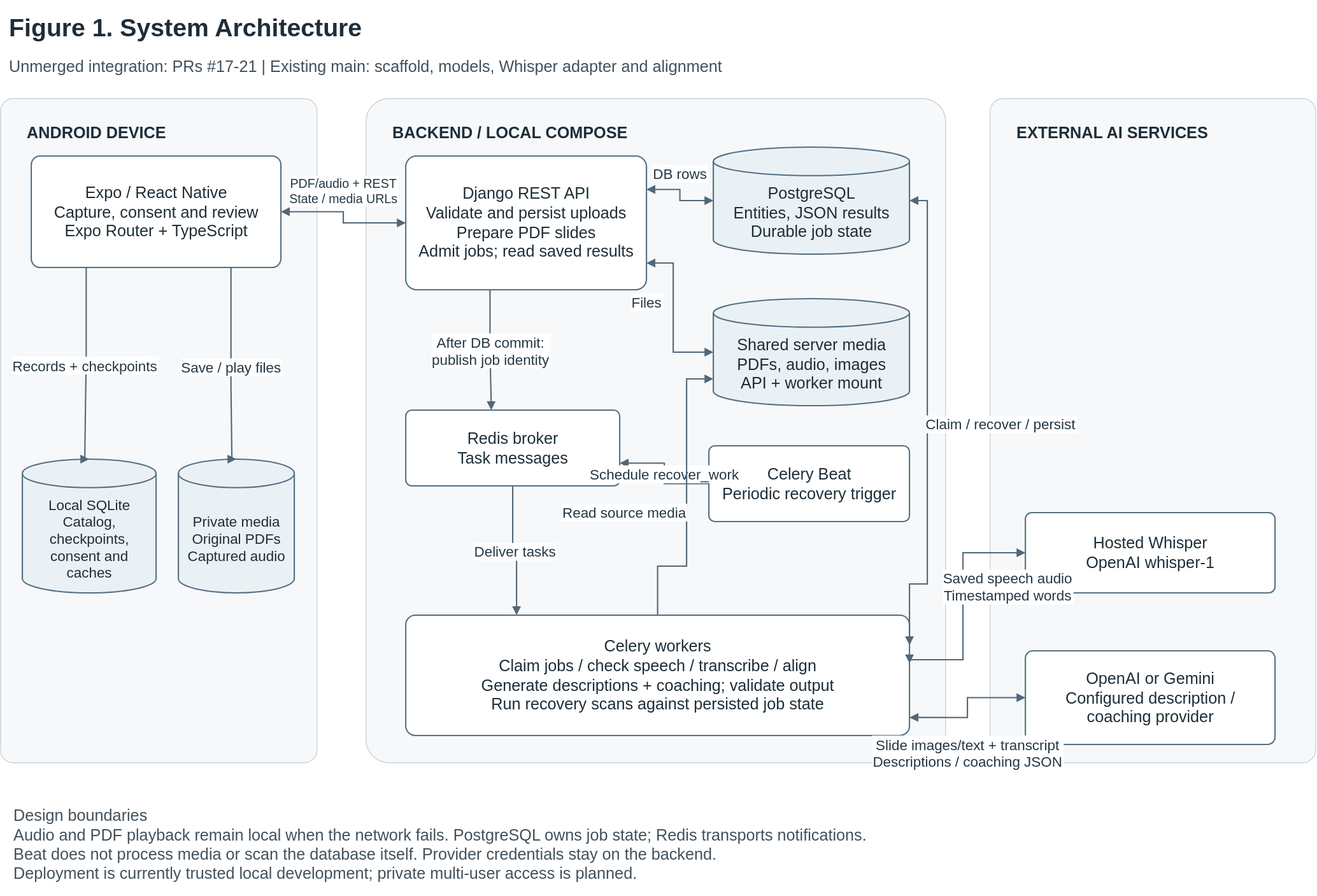
Before: assets/outloud-design/figure-1-system.svg, a diagram exported from draw.io (snuhcs-course/swpp-2026-project-team-07). Source tidied: cells renumbered, new cells last; positions are measured from the earlier drawing's top-left corner, leaving out a move shared by most shapes.
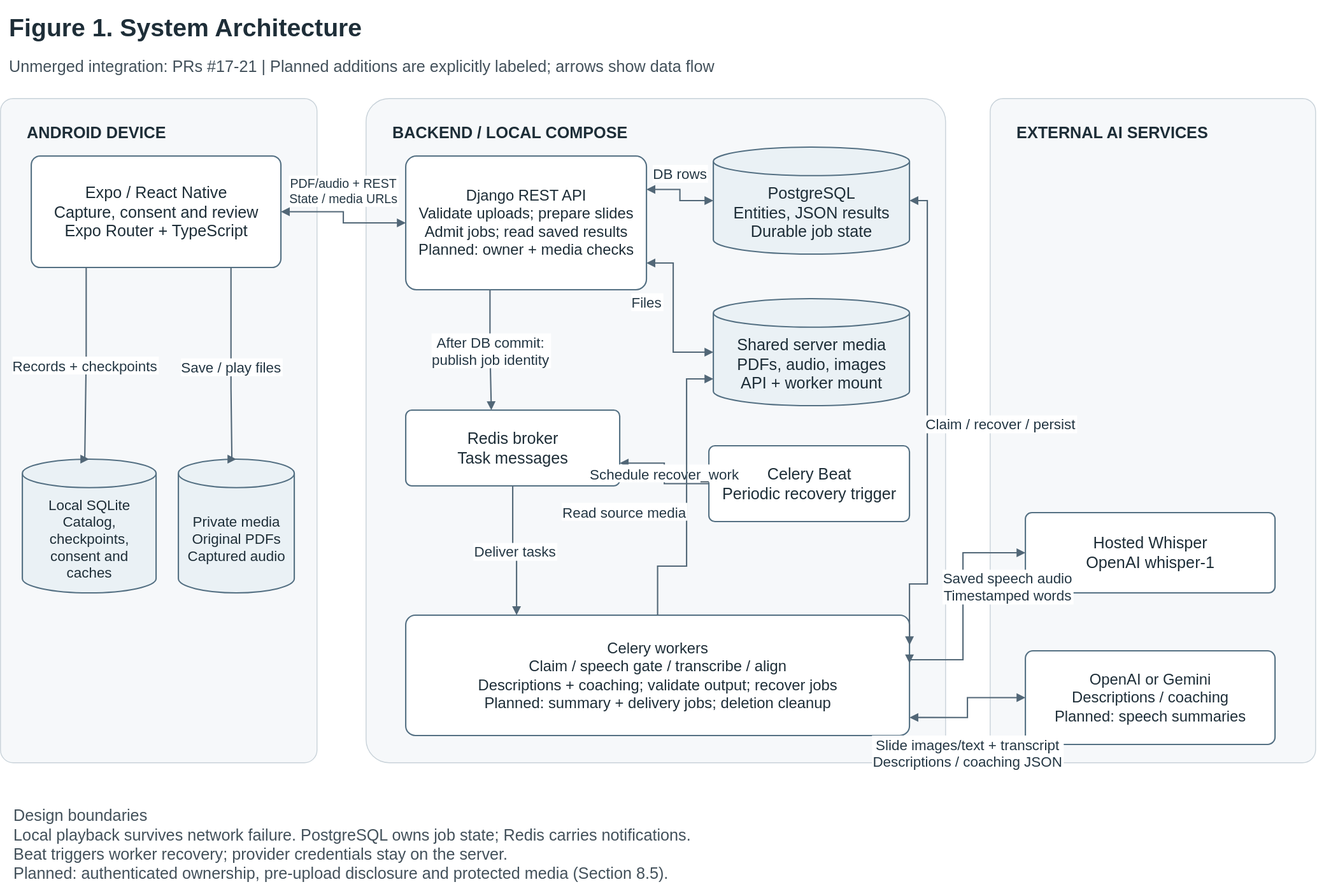
After the commit.

Diff of the diagram source:
```diff
@@ -1,11 +1,11 @@
-<mxGraphModel>
+<mxGraphModel background="#ffffff">
   <root>
     <mxCell id="0" />
     <mxCell id="1" parent="0" />
     <mxCell id="2" value="Figure 1. System Architecture" style="html=0;whiteSpace=wrap;fontFamily=Arial;fontSize=18;fontColor=#1e2e38;spacing=10;text;strokeColor=none;fillColor=none;align=left;fontStyle=1;fontSize=28;" parent="1" vertex="1">
       <mxGeometry width="1100" height="45" as="geometry" />
     </mxCell>
-    <mxCell id="3" value="Unmerged integration: PRs #17-21 | Existing main: scaffold, models, Whisper adapter and alignment" style="html=0;whiteSpace=wrap;fontFamily=Arial;fontSize=18;fontColor=#1e2e38;spacing=10;text;strokeColor=none;fillColor=none;align=left;verticalAlign=top;fontColor=#43515b;" parent="1" vertex="1">
+    <mxCell id="3" value="Unmerged integration: PRs #17-21 | Planned additions are explicitly labeled; arrows show data flow" style="html=0;whiteSpace=wrap;fontFamily=Arial;fontSize=18;fontColor=#1e2e38;spacing=10;text;strokeColor=none;fillColor=none;align=left;verticalAlign=top;fontColor=#43515b;" parent="1" vertex="1">
       <mxGeometry y="50" width="1450" height="35" as="geometry" />
     </mxCell>
     <mxCell id="4" value="ANDROID DEVICE" style="html=0;whiteSpace=wrap;fontFamily=Arial;fontSize=18;fontColor=#1e2e38;spacing=10;rounded=1;arcSize=4;fillColor=#f6f8fa;strokeColor=#c8d2d9;strokeWidth=1;verticalAlign=top;align=left;spacingLeft=20;spacingTop=14;fontStyle=1;" parent="1" vertex="1">
@@ -26,7 +26,7 @@
     <mxCell id="9" value="Private media&#10;Original PDFs&#10;Captured audio" style="html=0;whiteSpace=wrap;fontFamily=Arial;fontSize=18;fontColor=#1e2e38;spacing=10;shape=cylinder3;whiteSpace=wrap;boundedLbl=1;backgroundOutline=1;size=16;fillColor=#eaf1f5;strokeColor=#547083;strokeWidth=1.5;fontSize=16;" parent="1" vertex="1">
       <mxGeometry x="200" y="515" width="130" height="150" as="geometry" />
     </mxCell>
-    <mxCell id="10" value="Django REST API&#10;Validate and persist uploads&#10;Prepare PDF slides&#10;Admit jobs; read saved results" style="html=0;whiteSpace=wrap;fontFamily=Arial;fontSize=18;fontColor=#1e2e38;spacing=10;rounded=1;arcSize=8;fillColor=#ffffff;strokeColor=#547083;strokeWidth=1.5;" parent="1" vertex="1">
+    <mxCell id="10" value="Django REST API&#10;Validate uploads; prepare slides&#10;Admit jobs; read saved results&#10;Planned: owner + media checks" style="html=0;whiteSpace=wrap;fontFamily=Arial;fontSize=18;fontColor=#1e2e38;spacing=10;rounded=1;arcSize=8;fillColor=#ffffff;strokeColor=#547083;strokeWidth=1.5;fontSize=17;" parent="1" vertex="1">
       <mxGeometry x="455" y="175" width="270" height="150" as="geometry" />
     </mxCell>
     <mxCell id="11" value="PostgreSQL&#10;Entities, JSON results&#10;Durable job state" style="html=0;whiteSpace=wrap;fontFamily=Arial;fontSize=18;fontColor=#1e2e38;spacing=10;shape=cylinder3;whiteSpace=wrap;boundedLbl=1;backgroundOutline=1;size=16;fillColor=#eaf1f5;strokeColor=#547083;strokeWidth=1.5;" parent="1" vertex="1">
@@ -41,16 +41,16 @@
     <mxCell id="14" value="Celery Beat&#10;Periodic recovery trigger" style="html=0;whiteSpace=wrap;fontFamily=Arial;fontSize=18;fontColor=#1e2e38;spacing=10;rounded=1;arcSize=8;fillColor=#ffffff;strokeColor=#547083;strokeWidth=1.5;" parent="1" vertex="1">
       <mxGeometry x="795" y="500" width="225" height="85" as="geometry" />
     </mxCell>
-    <mxCell id="15" value="Celery workers&#10;Claim jobs / check speech / transcribe / align&#10;Generate descriptions + coaching; validate output&#10;Run recovery scans against persisted job state" style="html=0;whiteSpace=wrap;fontFamily=Arial;fontSize=18;fontColor=#1e2e38;spacing=10;rounded=1;arcSize=8;fillColor=#ffffff;strokeColor=#547083;strokeWidth=1.5;" parent="1" vertex="1">
+    <mxCell id="15" value="Celery workers&#10;Claim / speech gate / transcribe / align&#10;Descriptions + coaching; validate output; recover jobs&#10;Planned: summary + delivery jobs; deletion cleanup" style="html=0;whiteSpace=wrap;fontFamily=Arial;fontSize=18;fontColor=#1e2e38;spacing=10;rounded=1;arcSize=8;fillColor=#ffffff;strokeColor=#547083;strokeWidth=1.5;fontSize=17;" parent="1" vertex="1">
       <mxGeometry x="455" y="690" width="565" height="135" as="geometry" />
     </mxCell>
     <mxCell id="16" value="Hosted Whisper&#10;OpenAI whisper-1" style="html=0;whiteSpace=wrap;fontFamily=Arial;fontSize=18;fontColor=#1e2e38;spacing=10;rounded=1;arcSize=8;fillColor=#ffffff;strokeColor=#547083;strokeWidth=1.5;" parent="1" vertex="1">
       <mxGeometry x="1150" y="575" width="280" height="90" as="geometry" />
     </mxCell>
-    <mxCell id="17" value="OpenAI or Gemini&#10;Configured description /&#10;coaching provider" style="html=0;whiteSpace=wrap;fontFamily=Arial;fontSize=18;fontColor=#1e2e38;spacing=10;rounded=1;arcSize=8;fillColor=#ffffff;strokeColor=#547083;strokeWidth=1.5;" parent="1" vertex="1">
+    <mxCell id="17" value="OpenAI or Gemini&#10;Descriptions / coaching&#10;Planned: speech summaries" style="html=0;whiteSpace=wrap;fontFamily=Arial;fontSize=18;fontColor=#1e2e38;spacing=10;rounded=1;arcSize=8;fillColor=#ffffff;strokeColor=#547083;strokeWidth=1.5;fontSize=17;" parent="1" vertex="1">
       <mxGeometry x="1150" y="730" width="280" height="105" as="geometry" />
     </mxCell>
-    <mxCell id="18" value="PDF/audio + REST&#10;State / media URLs" style="edgeStyle=orthogonalEdgeStyle;rounded=0;jettySize=auto;html=0;endArrow=block;endFill=1;strokeColor=#526777;strokeWidth=1.5;fontFamily=Arial;fontSize=16;fontColor=#243744;labelBackgroundColor=#ffffff;entryX=0;entryY=0.5;entryDx=0;entryDy=0;exitX=1;exitY=0.5;exitDx=0;exitDy=0;startArrow=block;startFill=1;fontSize=14;" parent="1" edge="1" source="7" target="10">
+    <mxCell id="18" value="PDF/audio + REST&#10;State / media URLs" style="edgeStyle=orthogonalEdgeStyle;rounded=0;jettySize=auto;html=0;endArrow=block;endFill=1;strokeColor=#526777;strokeWidth=1.5;fontFamily=Arial;fontSize=16;fontColor=#243744;labelBackgroundColor=#ffffff;entryX=0;entryY=0.5;entryDx=0;entryDy=0;exitX=1;exitY=0.5;exitDx=0;exitDy=0;startArrow=block;startFill=1;fontSize=14;fontSize=14;" parent="1" edge="1" source="7" target="10">
       <mxGeometry relative="1" as="geometry">
         <mxPoint y="-30" as="offset" />
       </mxGeometry>
@@ -100,7 +100,7 @@
         <mxPoint x="82" as="offset" />
       </mxGeometry>
     </mxCell>
-    <mxCell id="27" value="Read source media" style="edgeStyle=orthogonalEdgeStyle;rounded=0;jettySize=auto;html=0;endArrow=block;endFill=1;strokeColor=#526777;strokeWidth=1.5;fontFamily=Arial;fontSize=16;fontColor=#243744;labelBackgroundColor=#ffffff;entryX=0.5;entryY=1;entryDx=0;entryDy=0;exitX=0.8;exitY=0;exitDx=0;exitDy=0;exitX=0.5;exitY=0;entryX=0;entryY=0.75;" parent="1" edge="1" source="15" target="12">
+    <mxCell id="27" value="Read source media" style="edgeStyle=orthogonalEdgeStyle;rounded=0;jettySize=auto;html=0;endArrow=block;endFill=1;strokeColor=#526777;strokeWidth=1.5;fontFamily=Arial;fontSize=16;fontColor=#243744;labelBackgroundColor=#ffffff;entryX=0.5;entryY=1;entryDx=0;entryDy=0;exitX=0.8;exitY=0;exitDx=0;exitDy=0;exitX=0.5;exitY=0;entryX=0;entryY=0.75;exitX=0.5;exitY=0;entryX=0;entryY=0.75;" parent="1" edge="1" source="15" target="12">
       <mxGeometry relative="1" as="geometry">
         <Array as="points">
           <mxPoint x="770" y="635" />
@@ -123,7 +123,7 @@
         <mxPoint y="50" as="offset" />
       </mxGeometry>
     </mxCell>
-    <mxCell id="30" value="Design boundaries&#10;Audio and PDF playback remain local when the network fails. PostgreSQL owns job state; Redis transports notifications.&#10;Beat does not process media or scan the database itself. Provider credentials stay on the backend.&#10;Deployment is currently trusted local development; private multi-user access is planned." style="html=0;whiteSpace=wrap;fontFamily=Arial;fontSize=18;fontColor=#1e2e38;spacing=10;text;strokeColor=none;fillColor=none;align=left;verticalAlign=top;fontColor=#43515b;" parent="1" vertex="1">
+    <mxCell id="30" value="Design boundaries&#10;Local playback survives network failure. PostgreSQL owns job state; Redis carries notifications.&#10;Beat triggers worker recovery; provider credentials stay on the server.&#10;Planned: authenticated ownership, pre-upload disclosure and protected media (Section 8.5)." style="html=0;whiteSpace=wrap;fontFamily=Arial;fontSize=18;fontColor=#1e2e38;spacing=10;text;strokeColor=none;fillColor=none;align=left;verticalAlign=top;fontColor=#43515b;" parent="1" vertex="1">
       <mxGeometry x="5" y="890" width="1470" height="115" as="geometry" />
     </mxCell>
   </root>
```
